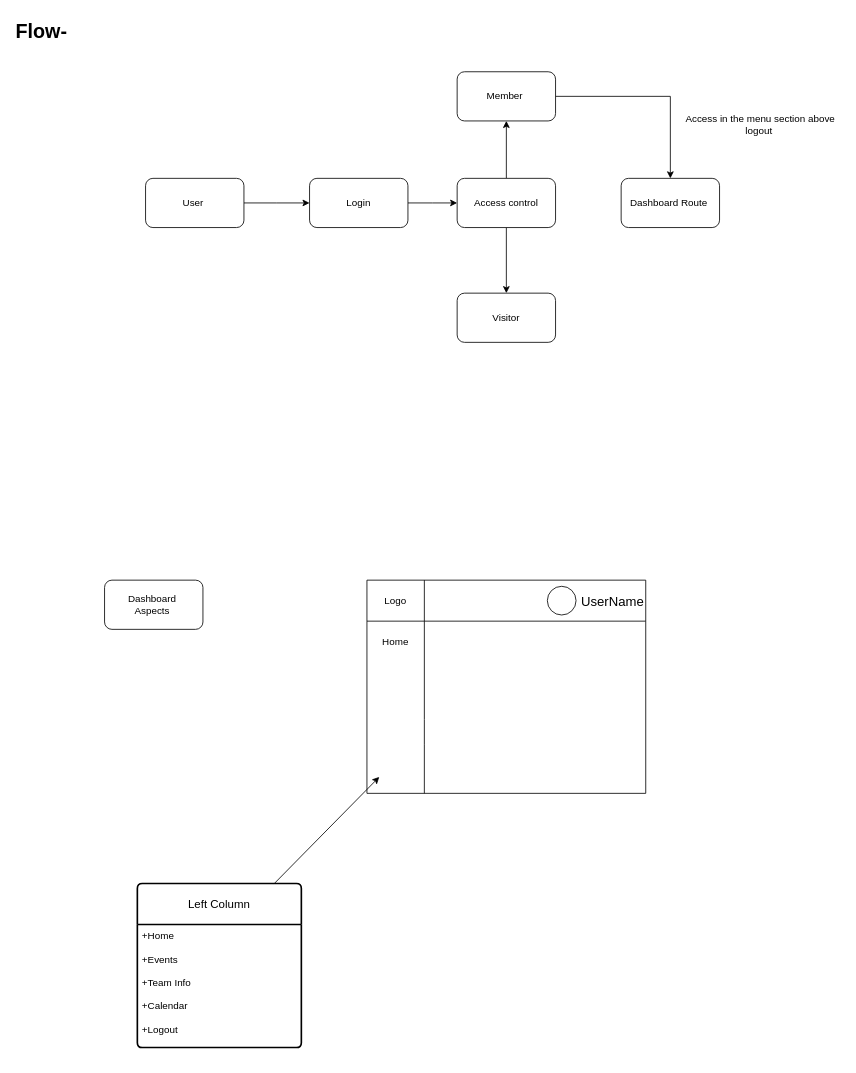
This is page "Backend(Dashboard)" (2 of 2) of IEEE.drawio from Tushar7436/IEEE-Web, a draw.io file, before an edit. Source tidied: cells renumbered, new cells numbered last; positions are measured from the earlier drawing's top-left corner, leaving out a move shared by most shapes. Both pictures are drawn from the tidied source at 82%, with x=0, y=0 at pixel (14, 14).
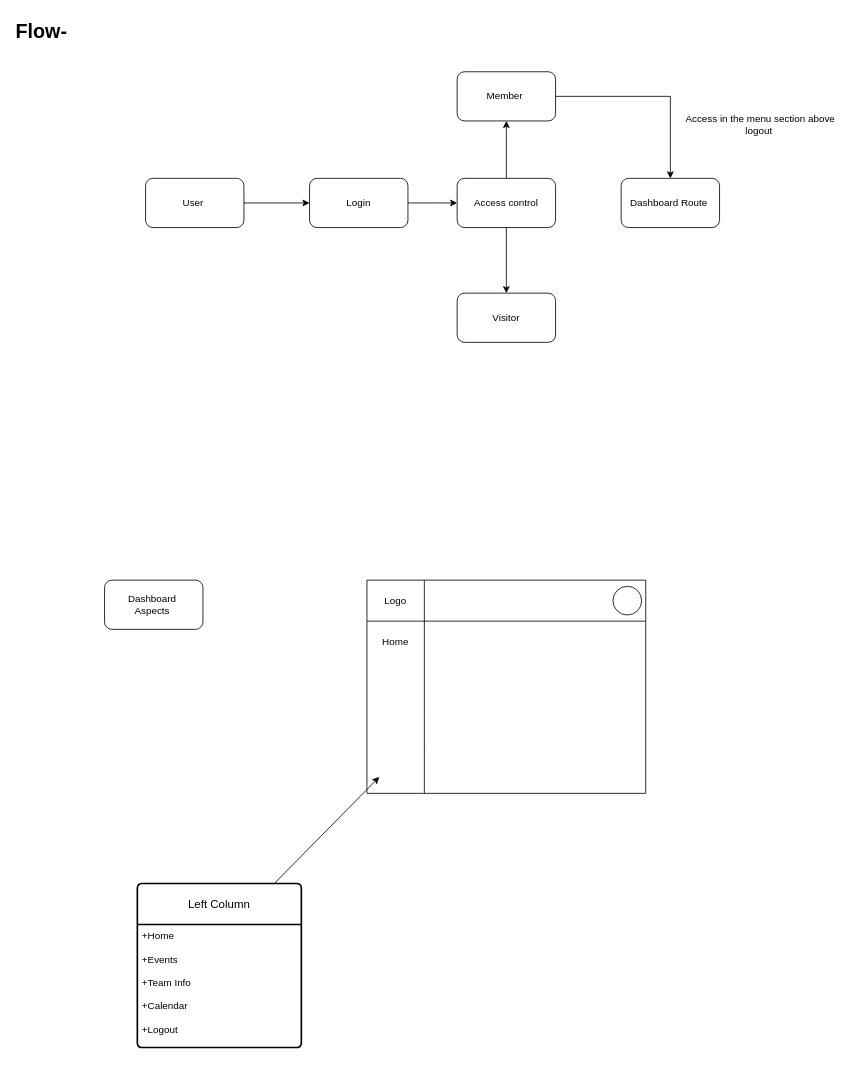
Above is the later version.

The edit, as a diff of the source:
```diff
@@
-    <mxCell id="18" value="UserName" style="shape=table;startSize=50;childLayout=tableLayout;rowLines=0;fontStyle=0;strokeColor=default;fontSize=16;align=right;" parent="1" vertex="1">
+    <mxCell id="18" style="shape=table;startSize=50;childLayout=tableLayout;rowLines=0;fontStyle=0;strokeColor=default;fontSize=16;align=right;" parent="1" vertex="1">
       <mxGeometry x="430" y="690" width="340" height="260" as="geometry" />
     </mxCell>
@@
     <mxCell id="28" style="ellipse;whiteSpace=wrap;html=1;" parent="1" vertex="1">
-      <mxGeometry x="650" y="697.5" width="35" height="35" as="geometry" />
+      <mxGeometry x="730" y="697.5" width="35" height="35" as="geometry" />
     </mxCell>
```
